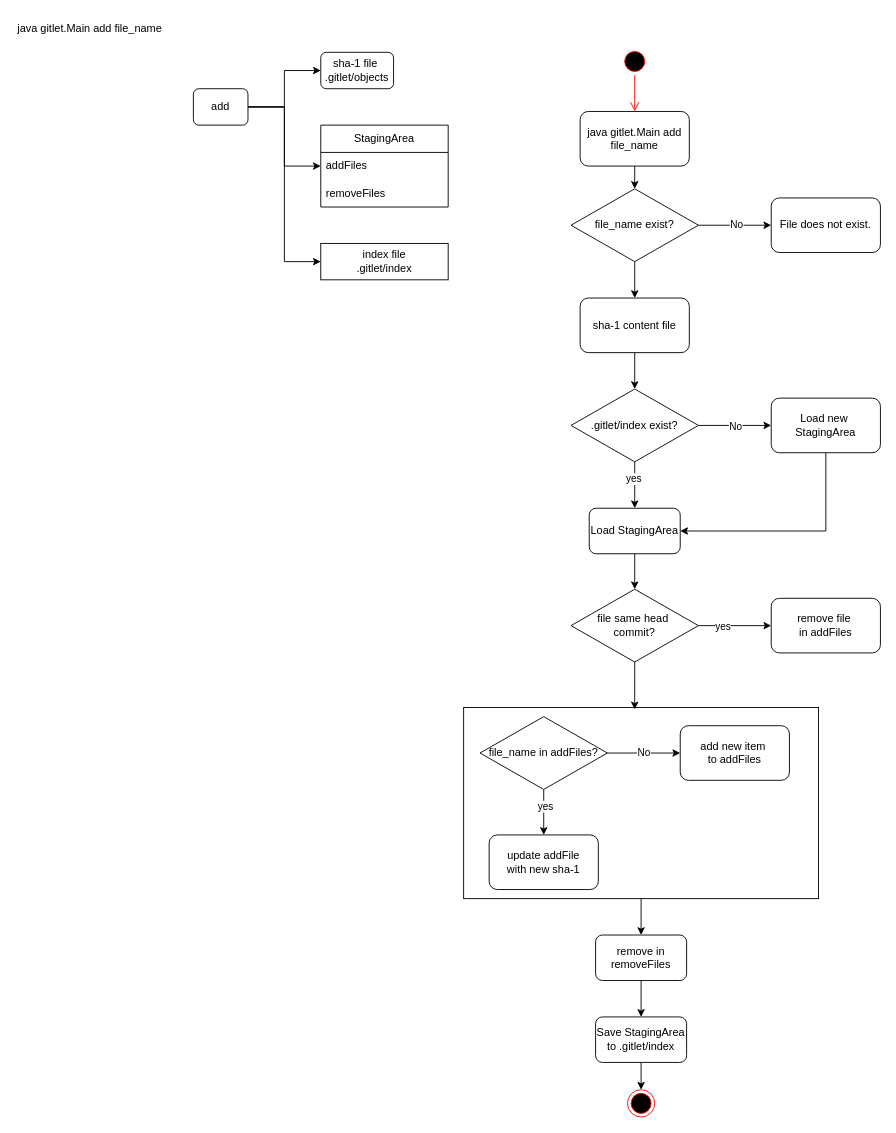
Before: page "add" (3 of 7) of proj2/design.drawio in hangocanh2303/cs61b-self-learning, a draw.io diagram. Source tidied: cells renumbered, new cells numbered last; positions are measured from the earlier drawing's top-left corner, leaving out a move shared by most shapes. Both pictures are drawn from the tidied source at 91%, with x=0, y=0 at pixel (15, 15).
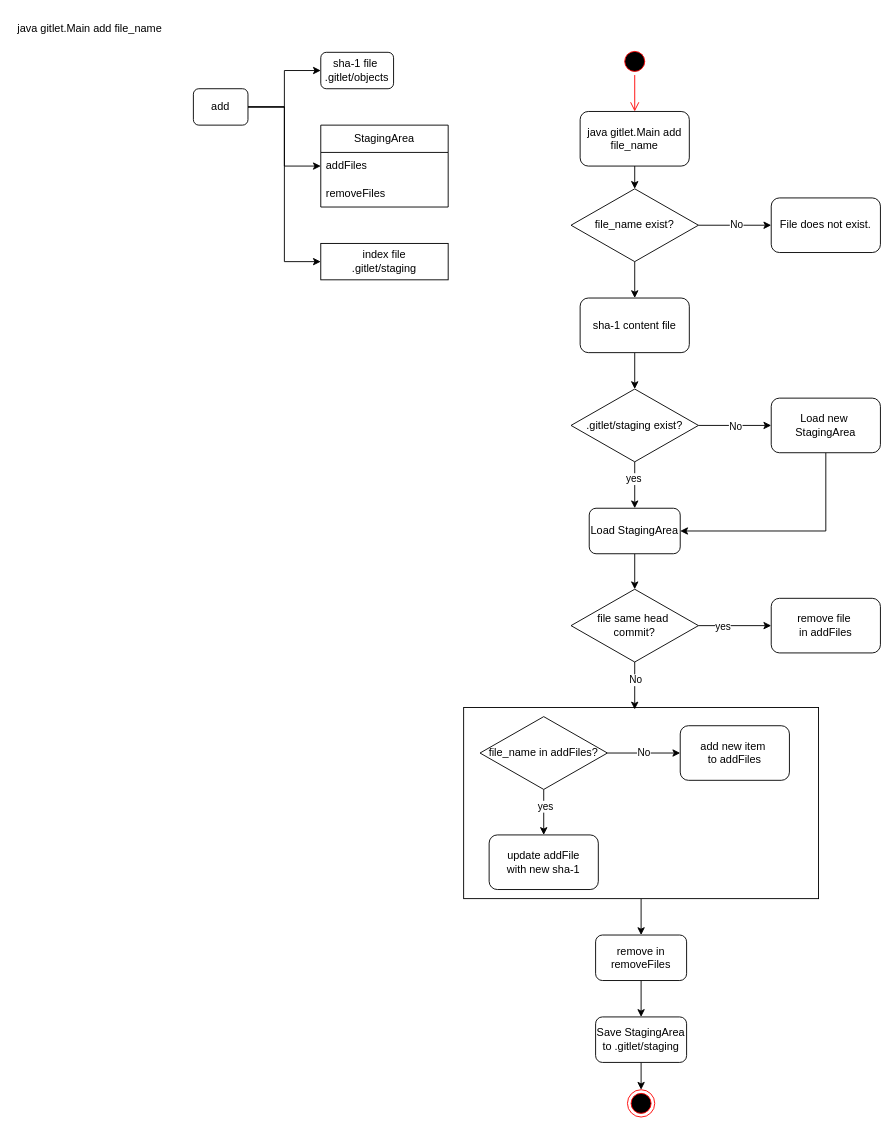
After the change.

The change refers to these unchanged cells:
```xml
<mxCell id="45" style="edgeStyle=orthogonalEdgeStyle;rounded=0;jettySize=auto;html=1;exitX=0.5;exitY=1;exitDx=0;exitDy=0;entryX=0.482;entryY=0.01;entryDx=0;entryDy=0;entryPerimeter=0;" parent="1" edge="1" source="34" target="37">
  <mxGeometry relative="1" as="geometry" />
</mxCell>
```

Change to the diagram source:
```diff
@@
-    <mxCell id="11" value="index file&lt;div&gt;.gitlet/index&lt;/div&gt;" style="rounded=0;whiteSpace=wrap;html=1;" parent="1" vertex="1">
+    <mxCell id="11" value="index file&lt;div&gt;.gitlet/staging&lt;/div&gt;" style="rounded=0;whiteSpace=wrap;html=1;" parent="1" vertex="1">
       <mxGeometry x="335" y="250" width="140" height="40" as="geometry" />
     </mxCell>
@@
-    <mxCell id="29" value=".gitlet/index exist?" style="rhombus;whiteSpace=wrap;html=1;" parent="1" vertex="1">
+    <mxCell id="29" value=".gitlet/staging exist?" style="rhombus;whiteSpace=wrap;html=1;" parent="1" vertex="1">
       <mxGeometry x="610" y="410" width="140" height="80" as="geometry" />
     </mxCell>
@@
+    <mxCell id="51" value="No" style="edgeLabel;html=1;align=center;verticalAlign=middle;" parent="45" vertex="1">
+      <mxGeometry x="-0.27" y="1" relative="1" as="geometry" />
+    </mxCell>
@@
-    <mxCell id="47" value="Save StagingArea&lt;div&gt;to .gitlet/index&lt;/div&gt;" style="rounded=1;whiteSpace=wrap;html=1;" parent="1" vertex="1">
+    <mxCell id="47" value="Save StagingArea&lt;div&gt;to .gitlet/staging&lt;/div&gt;" style="rounded=1;whiteSpace=wrap;html=1;" parent="1" vertex="1">
       <mxGeometry x="637" y="1100" width="100" height="50" as="geometry" />
     </mxCell>
```
